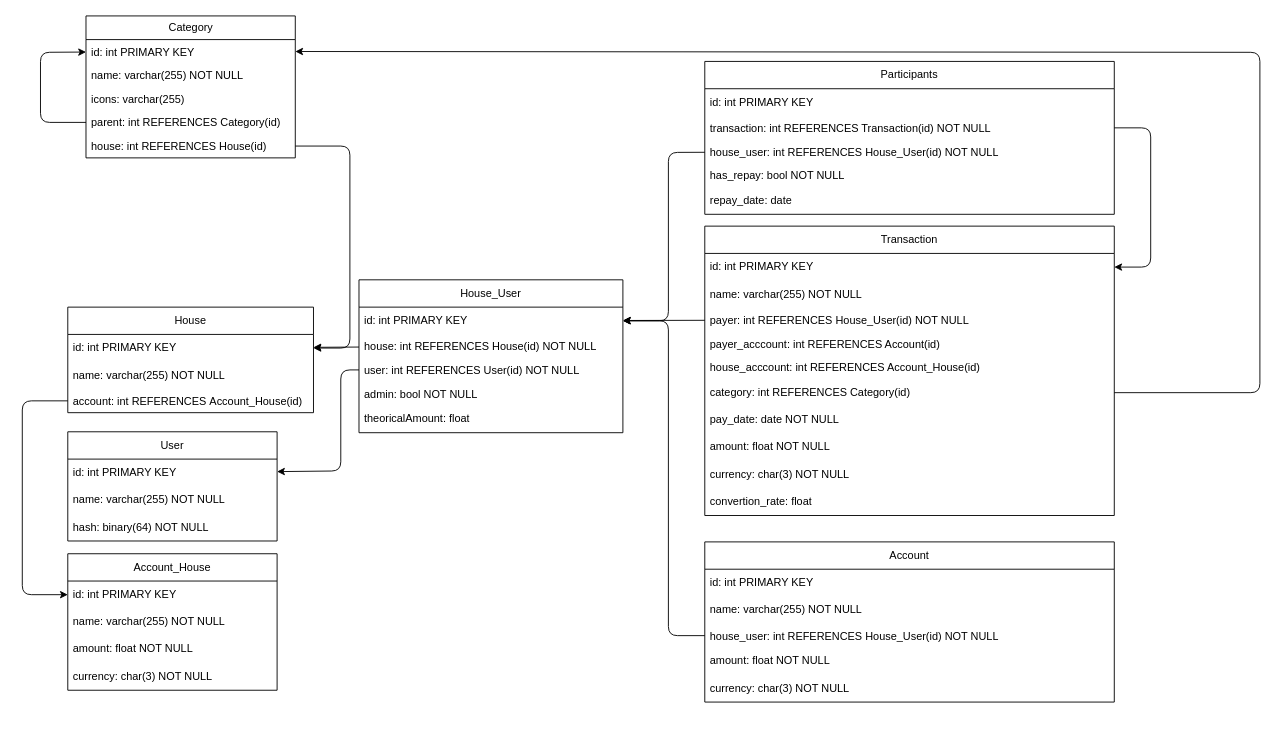
This is docs/tables.drawio from Rombond/budgestify, a draw.io file, before an edit. Source tidied: cells renumbered, new cells numbered last; positions are measured from the earlier drawing's top-left corner, leaving out a move shared by most shapes. Both pictures are drawn from the tidied source at 91%, with x=0, y=0 at pixel (22, 15).
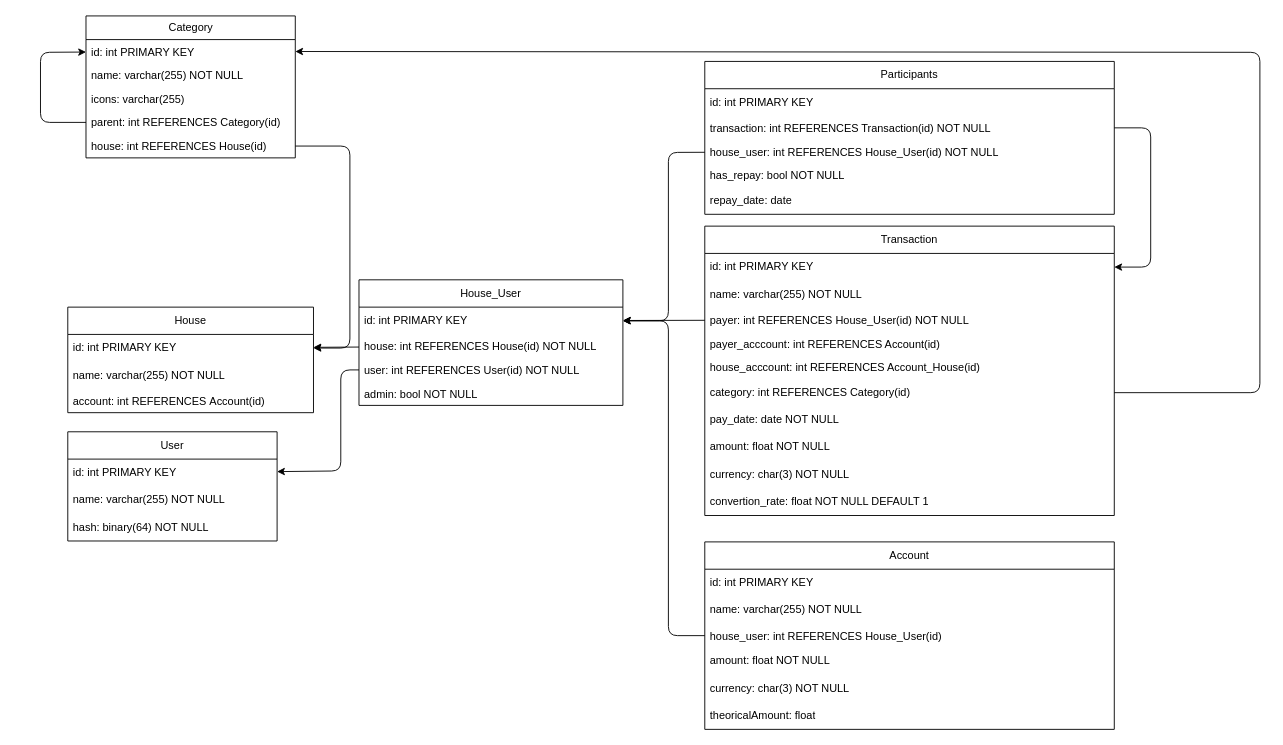
Above is the later version.

The change refers to these unchanged cells:
```xml
<mxCell id="9" value="House" style="swimlane;fontStyle=0;horizontal=1;startSize=30;whiteSpace=wrap;html=1;" parent="1" vertex="1">
  <mxGeometry x="50" y="320" width="270" height="116" as="geometry" />
</mxCell>
<mxCell id="25" value="Transaction" style="swimlane;fontStyle=0;horizontal=1;startSize=30;whiteSpace=wrap;html=1;" parent="1" vertex="1">
  <mxGeometry x="750" y="231" width="450" height="318" as="geometry" />
</mxCell>
```

The edit, as a diff of the source:
```diff
@@
-    <mxCell id="12" value="account: int REFERENCES&amp;nbsp;&lt;span style=&quot;text-align: center;&quot;&gt;Account_House&lt;/span&gt;(id)" style="text;strokeColor=none;fillColor=none;align=left;verticalAlign=top;spacingLeft=4;spacingRight=4;overflow=hidden;points=[[0,0.5],[1,0.5]];portConstraint=eastwest;whiteSpace=wrap;html=1;" parent="9" vertex="1">
+    <mxCell id="12" value="account: int REFERENCES&amp;nbsp;&lt;span style=&quot;text-align: center;&quot;&gt;Account&lt;/span&gt;(id)" style="text;strokeColor=none;fillColor=none;align=left;verticalAlign=top;spacingLeft=4;spacingRight=4;overflow=hidden;points=[[0,0.5],[1,0.5]];portConstraint=eastwest;whiteSpace=wrap;html=1;" parent="9" vertex="1">
       <mxGeometry y="90" width="270" height="26" as="geometry" />
     </mxCell>
@@
     <mxCell id="17" value="House_User" style="swimlane;fontStyle=0;horizontal=1;startSize=30;whiteSpace=wrap;html=1;" parent="1" vertex="1">
-      <mxGeometry x="370" y="290" width="290" height="168" as="geometry" />
+      <mxGeometry x="370" y="290" width="290" height="138" as="geometry" />
     </mxCell>
@@
-    <mxCell id="22" value="theoricalAmount: float" style="text;strokeColor=none;fillColor=none;align=left;verticalAlign=middle;spacingLeft=4;spacingRight=4;overflow=hidden;whiteSpace=wrap;html=1;" parent="17" vertex="1">
-      <mxGeometry y="138" width="290" height="30" as="geometry" />
-    </mxCell>
@@
-    <mxCell id="35" value="convertion_rate: float" style="text;strokeColor=none;fillColor=none;align=left;verticalAlign=middle;spacingLeft=4;spacingRight=4;overflow=hidden;whiteSpace=wrap;html=1;" parent="25" vertex="1">
+    <mxCell id="35" value="convertion_rate: float NOT NULL DEFAULT 1" style="text;strokeColor=none;fillColor=none;align=left;verticalAlign=middle;spacingLeft=4;spacingRight=4;overflow=hidden;whiteSpace=wrap;html=1;" parent="25" vertex="1">
       <mxGeometry y="288" width="450" height="30" as="geometry" />
     </mxCell>
@@
     <mxCell id="44" value="Account" style="swimlane;fontStyle=0;horizontal=1;startSize=30;whiteSpace=wrap;html=1;" parent="1" vertex="1">
-      <mxGeometry x="750" y="578" width="450" height="176" as="geometry" />
+      <mxGeometry x="750" y="578" width="450" height="206" as="geometry" />
     </mxCell>
@@
-    <mxCell id="47" value="house_user: int REFERENCES House_User(id) NOT NULL" style="text;strokeColor=none;fillColor=none;align=left;verticalAlign=top;spacingLeft=4;spacingRight=4;overflow=hidden;points=[[0,0.5],[1,0.5]];portConstraint=eastwest;whiteSpace=wrap;html=1;" parent="44" vertex="1">
+    <mxCell id="47" value="house_user: int REFERENCES House_User(id)" style="text;strokeColor=none;fillColor=none;align=left;verticalAlign=top;spacingLeft=4;spacingRight=4;overflow=hidden;points=[[0,0.5],[1,0.5]];portConstraint=eastwest;whiteSpace=wrap;html=1;" parent="44" vertex="1">
       <mxGeometry y="90" width="450" height="26" as="geometry" />
     </mxCell>
@@
+    <mxCell id="22" value="theoricalAmount: float" style="text;strokeColor=none;fillColor=none;align=left;verticalAlign=middle;spacingLeft=4;spacingRight=4;overflow=hidden;whiteSpace=wrap;html=1;" parent="44" vertex="1">
+      <mxGeometry y="176" width="450" height="30" as="geometry" />
+    </mxCell>
@@
-    <mxCell id="53" value="Account_House" style="swimlane;fontStyle=0;horizontal=1;startSize=30;whiteSpace=wrap;html=1;" parent="1" vertex="1">
-      <mxGeometry x="50" y="591" width="230" height="150" as="geometry" />
-    </mxCell>
-    <mxCell id="54" value="id: int PRIMARY KEY" style="text;strokeColor=none;fillColor=none;align=left;verticalAlign=middle;spacingLeft=4;spacingRight=4;overflow=hidden;points=[[0,0.5],[1,0.5]];portConstraint=eastwest;whiteSpace=wrap;html=1;" parent="53" vertex="1">
-      <mxGeometry y="30" width="230" height="30" as="geometry" />
-    </mxCell>
-    <mxCell id="55" value="name: varchar(255) NOT NULL" style="text;strokeColor=none;fillColor=none;align=left;verticalAlign=middle;spacingLeft=4;spacingRight=4;overflow=hidden;whiteSpace=wrap;html=1;" parent="53" vertex="1">
-      <mxGeometry y="60" width="230" height="30" as="geometry" />
-    </mxCell>
-    <mxCell id="56" value="amount: float NOT NULL" style="text;strokeColor=none;fillColor=none;align=left;verticalAlign=middle;spacingLeft=4;spacingRight=4;overflow=hidden;whiteSpace=wrap;html=1;" parent="53" vertex="1">
-      <mxGeometry y="90" width="230" height="30" as="geometry" />
-    </mxCell>
-    <mxCell id="57" value="currency: char(3) NOT NULL" style="text;strokeColor=none;fillColor=none;align=left;verticalAlign=middle;spacingLeft=4;spacingRight=4;overflow=hidden;whiteSpace=wrap;html=1;" parent="53" vertex="1">
-      <mxGeometry y="120" width="230" height="30" as="geometry" />
-    </mxCell>
-    <mxCell id="58" style="endArrow=classic;html=1;" parent="1" edge="1" source="12" target="54">
-      <mxGeometry relative="1" as="geometry">
-        <Array as="points">
-          <mxPoint y="423" />
-          <mxPoint y="636" />
-        </Array>
-      </mxGeometry>
-    </mxCell>
```
